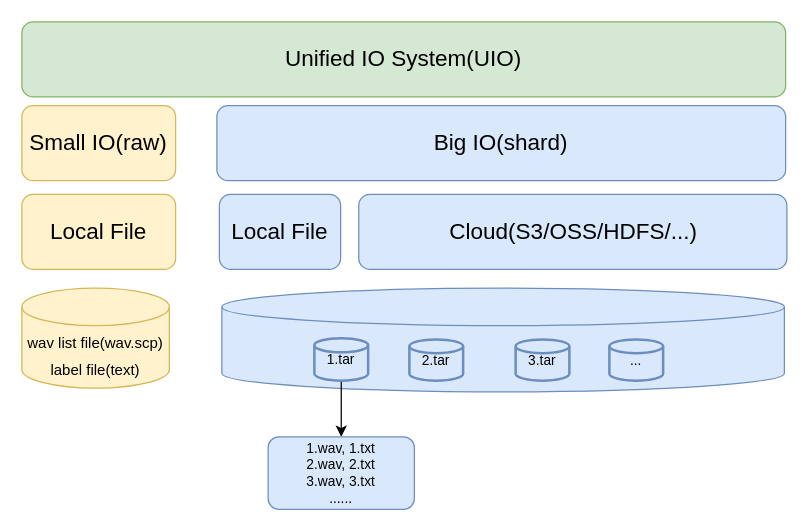
Earlier version of the draw.io diagram wenet_uio_system.drawio (robin1001/draw.io). Source tidied: cells renumbered, new cells numbered last; positions are measured from the earlier drawing's top-left corner, leaving out a move shared by most shapes. Both pictures are drawn from the tidied source at 125%, with x=0, y=0 at pixel (21, 21).
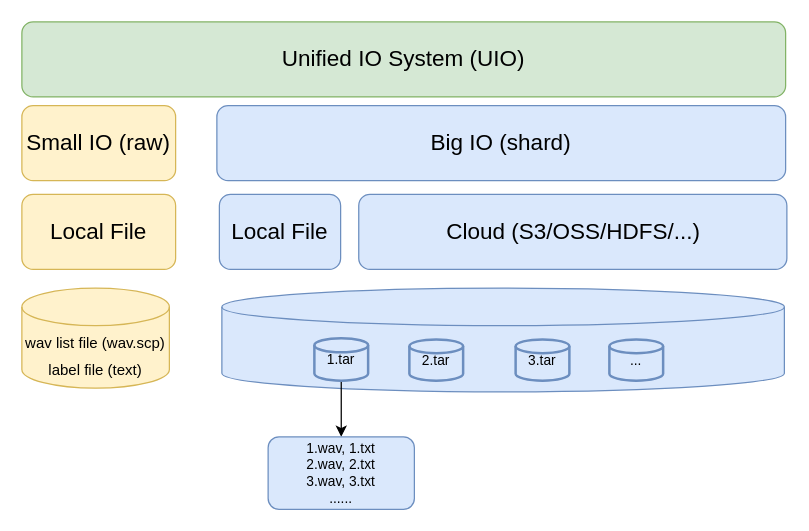
The same page after the edit.

What changed in the source:
```diff
@@
 <mxGraphModel>
   <root>
     <mxCell id="0" />
     <mxCell id="1" parent="0" />
-    <mxCell id="2" value="Unified IO System(UIO)" style="rounded=1;whiteSpace=wrap;html=1;fillColor=#d5e8d4;strokeColor=#82b366;fontSize=18;" parent="1" vertex="1">
+    <mxCell id="2" value="Unified IO System (UIO)" style="rounded=1;whiteSpace=wrap;html=1;fillColor=#d5e8d4;strokeColor=#82b366;fontSize=18;" parent="1" vertex="1">
       <mxGeometry width="611" height="60" as="geometry" />
     </mxCell>
-    <mxCell id="3" value="Small IO(raw)" style="rounded=1;whiteSpace=wrap;html=1;fontSize=18;fillColor=#fff2cc;strokeColor=#d6b656;" parent="1" vertex="1">
+    <mxCell id="3" value="Small IO (raw)" style="rounded=1;whiteSpace=wrap;html=1;fontSize=18;fillColor=#fff2cc;strokeColor=#d6b656;" parent="1" vertex="1">
       <mxGeometry y="67" width="123" height="60" as="geometry" />
     </mxCell>
-    <mxCell id="4" value="Big IO(shard)" style="rounded=1;whiteSpace=wrap;html=1;fontSize=18;fillColor=#dae8fc;strokeColor=#6c8ebf;" parent="1" vertex="1">
+    <mxCell id="4" value="Big IO (shard)" style="rounded=1;whiteSpace=wrap;html=1;fontSize=18;fillColor=#dae8fc;strokeColor=#6c8ebf;" parent="1" vertex="1">
       <mxGeometry x="156" y="67" width="455" height="60" as="geometry" />
     </mxCell>
     <mxCell id="5" value="Local File" style="rounded=1;whiteSpace=wrap;html=1;fontSize=18;fillColor=#fff2cc;strokeColor=#d6b656;" parent="1" vertex="1">
       <mxGeometry y="138" width="123" height="60" as="geometry" />
     </mxCell>
     <mxCell id="6" value="Local File" style="rounded=1;whiteSpace=wrap;html=1;fontSize=18;fillColor=#dae8fc;strokeColor=#6c8ebf;" parent="1" vertex="1">
       <mxGeometry x="158" y="138" width="97" height="60" as="geometry" />
     </mxCell>
-    <mxCell id="7" value="Cloud(S3/OSS/HDFS/...)" style="rounded=1;whiteSpace=wrap;html=1;fontSize=18;fillColor=#dae8fc;strokeColor=#6c8ebf;" parent="1" vertex="1">
+    <mxCell id="7" value="Cloud (S3/OSS/HDFS/...)" style="rounded=1;whiteSpace=wrap;html=1;fontSize=18;fillColor=#dae8fc;strokeColor=#6c8ebf;" parent="1" vertex="1">
       <mxGeometry x="269.5" y="138" width="342.5" height="60" as="geometry" />
     </mxCell>
-    <mxCell id="8" value="&lt;font style=&quot;font-size: 12px&quot;&gt;wav list file(wav.scp)&lt;br&gt;label file(text)&lt;/font&gt;" style="shape=cylinder3;whiteSpace=wrap;html=1;boundedLbl=1;backgroundOutline=1;size=15;fontSize=18;fillColor=#fff2cc;strokeColor=#d6b656;" parent="1" vertex="1">
+    <mxCell id="8" value="&lt;font style=&quot;font-size: 12px&quot;&gt;wav list file (wav.scp)&lt;br&gt;label file (text)&lt;/font&gt;" style="shape=cylinder3;whiteSpace=wrap;html=1;boundedLbl=1;backgroundOutline=1;size=15;fontSize=18;fillColor=#fff2cc;strokeColor=#d6b656;" parent="1" vertex="1">
       <mxGeometry y="213" width="118" height="80" as="geometry" />
     </mxCell>
     <mxCell id="9" style="shape=cylinder3;whiteSpace=wrap;html=1;boundedLbl=1;backgroundOutline=1;size=15;fontSize=11;fillColor=#dae8fc;strokeColor=#6c8ebf;" parent="1" vertex="1">
       <mxGeometry x="160" y="213" width="450" height="83" as="geometry" />
     </mxCell>
     <mxCell id="10" value="2.tar" style="strokeWidth=2;html=1;shape=mxgraph.flowchart.database;whiteSpace=wrap;fontSize=11;fillColor=#dae8fc;strokeColor=#6c8ebf;" parent="1" vertex="1">
       <mxGeometry x="310" y="254" width="43" height="33" as="geometry" />
     </mxCell>
     <mxCell id="11" style="edgeStyle=orthogonalEdgeStyle;rounded=0;jettySize=auto;html=1;fontSize=11;" parent="1" edge="1" source="12" target="15">
       <mxGeometry relative="1" as="geometry" />
     </mxCell>
     <mxCell id="12" value="1.tar" style="strokeWidth=2;html=1;shape=mxgraph.flowchart.database;whiteSpace=wrap;fontSize=11;fillColor=#dae8fc;strokeColor=#6c8ebf;" parent="1" vertex="1">
       <mxGeometry x="234" y="253" width="43" height="34" as="geometry" />
     </mxCell>
     <mxCell id="13" value="..." style="strokeWidth=2;html=1;shape=mxgraph.flowchart.database;whiteSpace=wrap;fontSize=11;fillColor=#dae8fc;strokeColor=#6c8ebf;" parent="1" vertex="1">
       <mxGeometry x="470" y="254" width="43" height="33" as="geometry" />
     </mxCell>
     <mxCell id="14" value="3.tar" style="strokeWidth=2;html=1;shape=mxgraph.flowchart.database;whiteSpace=wrap;fontSize=11;fillColor=#dae8fc;strokeColor=#6c8ebf;" parent="1" vertex="1">
       <mxGeometry x="395" y="254" width="43" height="33" as="geometry" />
     </mxCell>
     <mxCell id="15" value="1.wav, 1.txt&lt;br&gt;2.wav, 2.txt&lt;br&gt;3.wav, 3.txt&lt;br&gt;......" style="rounded=1;whiteSpace=wrap;html=1;fontSize=11;fillColor=#dae8fc;strokeColor=#6c8ebf;" parent="1" vertex="1">
       <mxGeometry x="197" y="332" width="117" height="58" as="geometry" />
     </mxCell>
   </root>
 </mxGraphModel>
```
